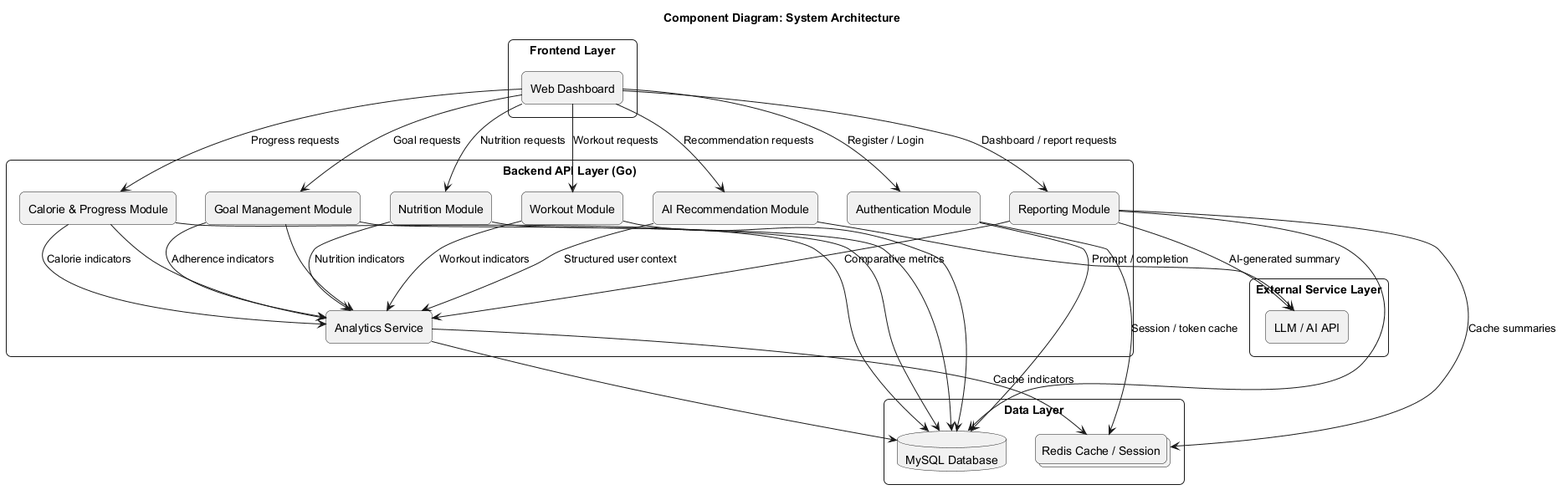
liyida233/AI-Nurtriion keeps this PlantUML diagram as docs/UML/rendered/png/02_component_diagram.png. Above is the earlier version.
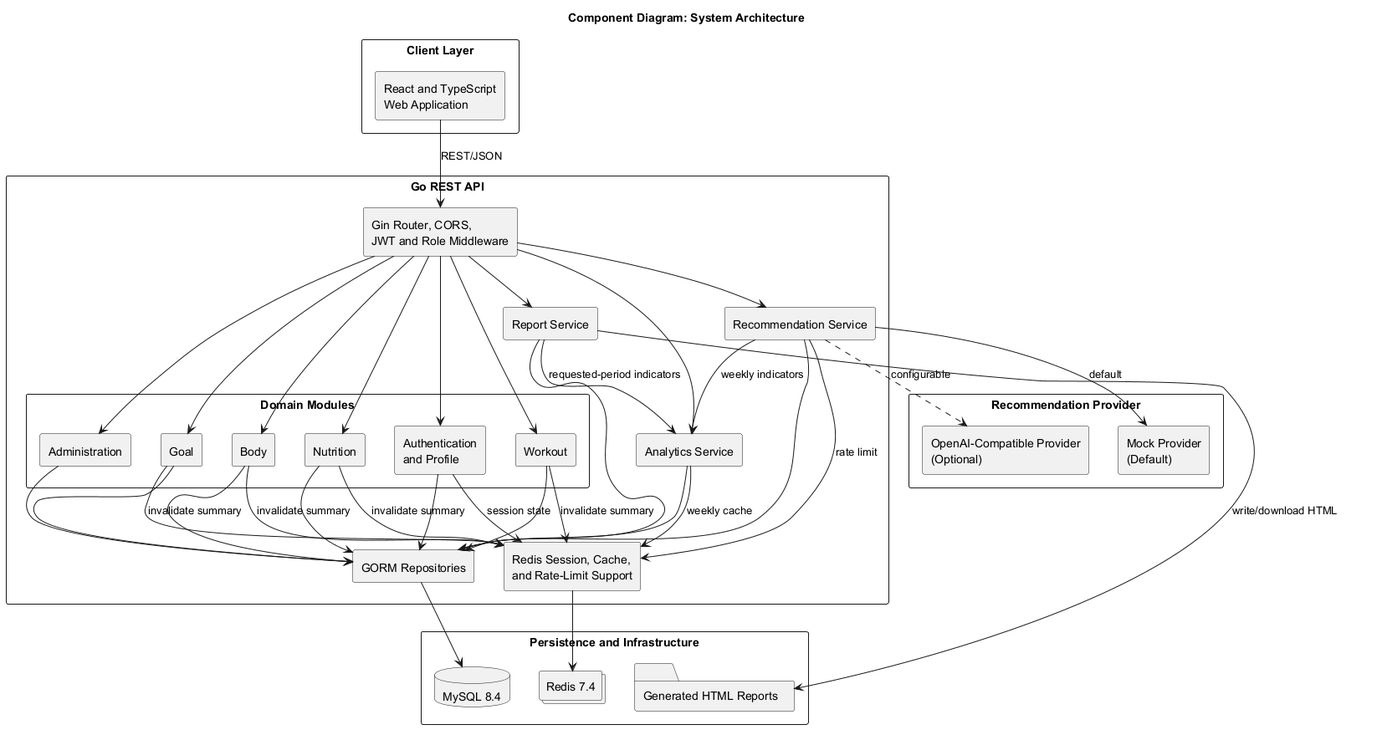
After the commit.

What changed in the source:
```diff
@@ -1,66 +1,80 @@
 @startuml
+top to bottom direction
 title Component Diagram: System Architecture
 
 skinparam backgroundColor white
 skinparam shadowing false
-skinparam roundcorner 12
 skinparam componentStyle rectangle
 skinparam packageStyle rectangle
 
-package "Frontend Layer" {
-  [Web Dashboard] as Frontend
+package "Client Layer" {
+  [React and TypeScript\nWeb Application] as Frontend
 }
 
-package "Backend API Layer (Go)" {
-  [Authentication Module] as Auth
-  [Workout Module] as Workout
-  [Nutrition Module] as Nutrition
-  [Calorie & Progress Module] as Calorie
-  [Goal Management Module] as Goal
-  [AI Recommendation Module] as Rec
-  [Reporting Module] as Report
+package "Go REST API" {
+  [Gin Router, CORS,\nJWT and Role Middleware] as Gateway
+
+  package "Domain Modules" {
+    [Authentication\nand Profile] as Auth
+    [Workout] as Workout
+    [Nutrition] as Nutrition
+    [Body] as Body
+    [Goal] as Goal
+    [Administration] as Admin
+  }
+
   [Analytics Service] as Analytics
+  [Recommendation Service] as Recommendation
+  [Report Service] as Report
+  [GORM Repositories] as Repositories
+  [Redis Session, Cache,\nand Rate-Limit Support] as Cache
 }
 
-package "Data Layer" {
-  database "MySQL Database" as DB
-  collections "Redis Cache / Session" as Redis
+package "Persistence and Infrastructure" {
+  database "MySQL 8.4" as MySQL
+  collections "Redis 7.4" as Redis
+  folder "Generated HTML Reports" as Files
 }
 
-package "External Service Layer" {
-  [LLM / AI API] as LLM
+package "Recommendation Provider" {
+  [Mock Provider\n(Default)] as Mock
+  [OpenAI-Compatible Provider\n(Optional)] as External
 }
 
-Frontend --> Auth : Register / Login
-Frontend --> Workout : Workout requests
-Frontend --> Nutrition : Nutrition requests
-Frontend --> Calorie : Progress requests
-Frontend --> Goal : Goal requests
-Frontend --> Rec : Recommendation requests
-Frontend --> Report : Dashboard / report requests
+Frontend --> Gateway : REST/JSON
+Gateway --> Auth
+Gateway --> Workout
+Gateway --> Nutrition
+Gateway --> Body
+Gateway --> Goal
+Gateway --> Admin
+Gateway --> Analytics
+Gateway --> Recommendation
+Gateway --> Report
 
-Auth --> DB
-Workout --> DB
-Nutrition --> DB
-Calorie --> DB
-Goal --> DB
-Report --> DB
-Analytics --> DB
+Auth --> Repositories
+Workout --> Repositories
+Nutrition --> Repositories
+Body --> Repositories
+Goal --> Repositories
+Admin --> Repositories
+Analytics --> Repositories
+Recommendation --> Repositories
+Report --> Repositories
+Repositories --> MySQL
 
-Auth --> Redis : Session / token cache
-Report --> Redis : Cache summaries
-Analytics --> Redis : Cache indicators
+Auth --> Cache : session state
+Workout --> Cache : invalidate summary
+Nutrition --> Cache : invalidate summary
+Body --> Cache : invalidate summary
+Goal --> Cache : invalidate summary
+Analytics --> Cache : weekly cache
+Recommendation --> Cache : rate limit
+Cache --> Redis
 
-Workout --> Analytics : Workout indicators
-Nutrition --> Analytics : Nutrition indicators
-Calorie --> Analytics : Calorie indicators
-Goal --> Analytics : Adherence indicators
-
-Rec --> Analytics : Structured user context
-Rec --> LLM : Prompt / completion
-Report --> LLM : AI-generated summary
-
-Report --> Analytics : Comparative metrics
-Calorie --> Analytics
-Goal --> Analytics
+Recommendation --> Analytics : weekly indicators
+Recommendation --> Mock : default
+Recommendation ..> External : configurable
+Report --> Analytics : requested-period indicators
+Report --> Files : write/download HTML
 @enduml
```
